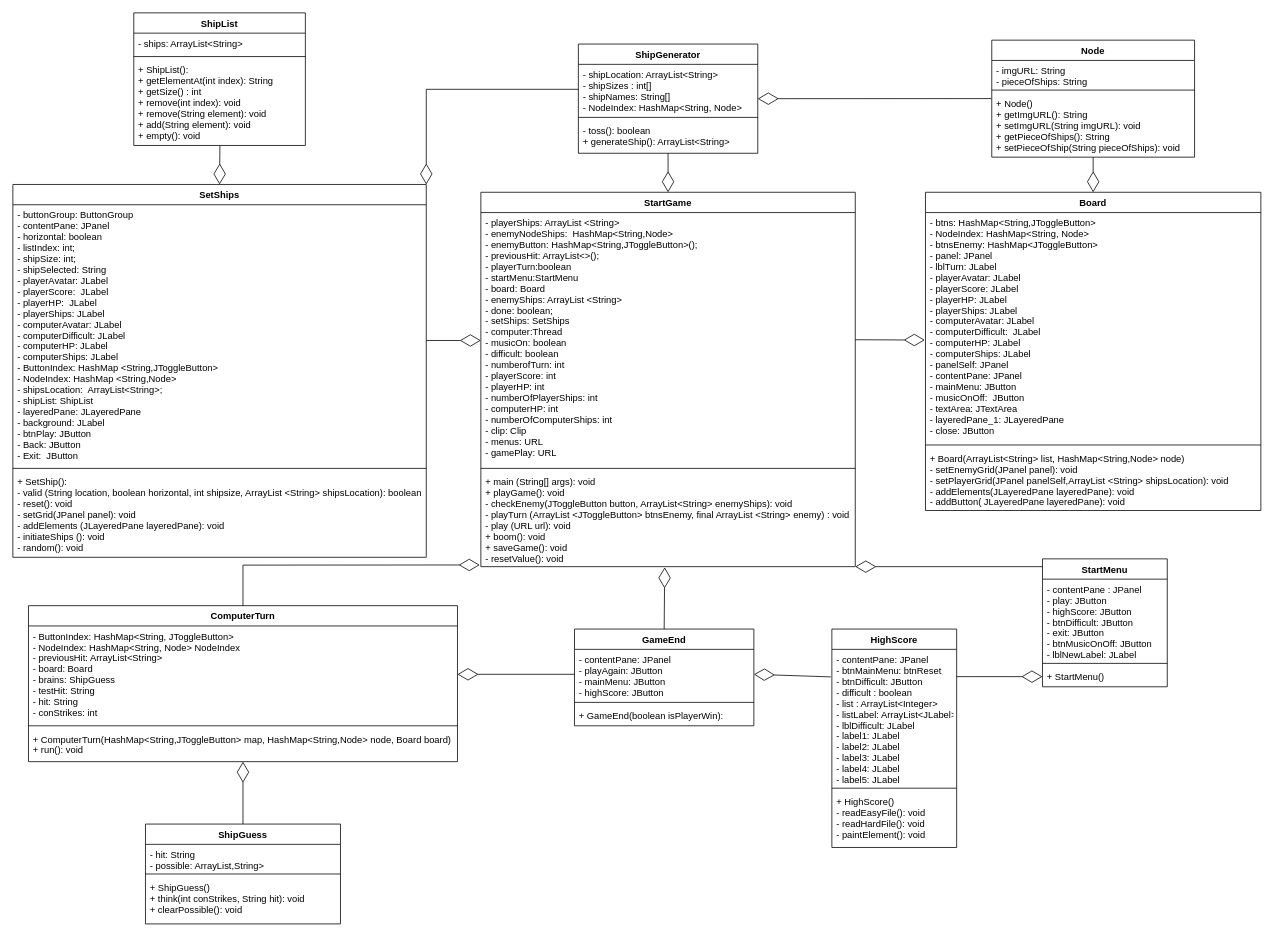
Before: page "UML" (1 of 6) of Untitled Diagram.drawio in huytruengusi/Battleship-OOP, a draw.io diagram. Source tidied: cells renumbered, new cells numbered last; positions are measured from the earlier drawing's top-left corner, leaving out a move shared by most shapes. Both pictures are drawn from the tidied source at 78%, with x=0, y=0 at pixel (12, 12).
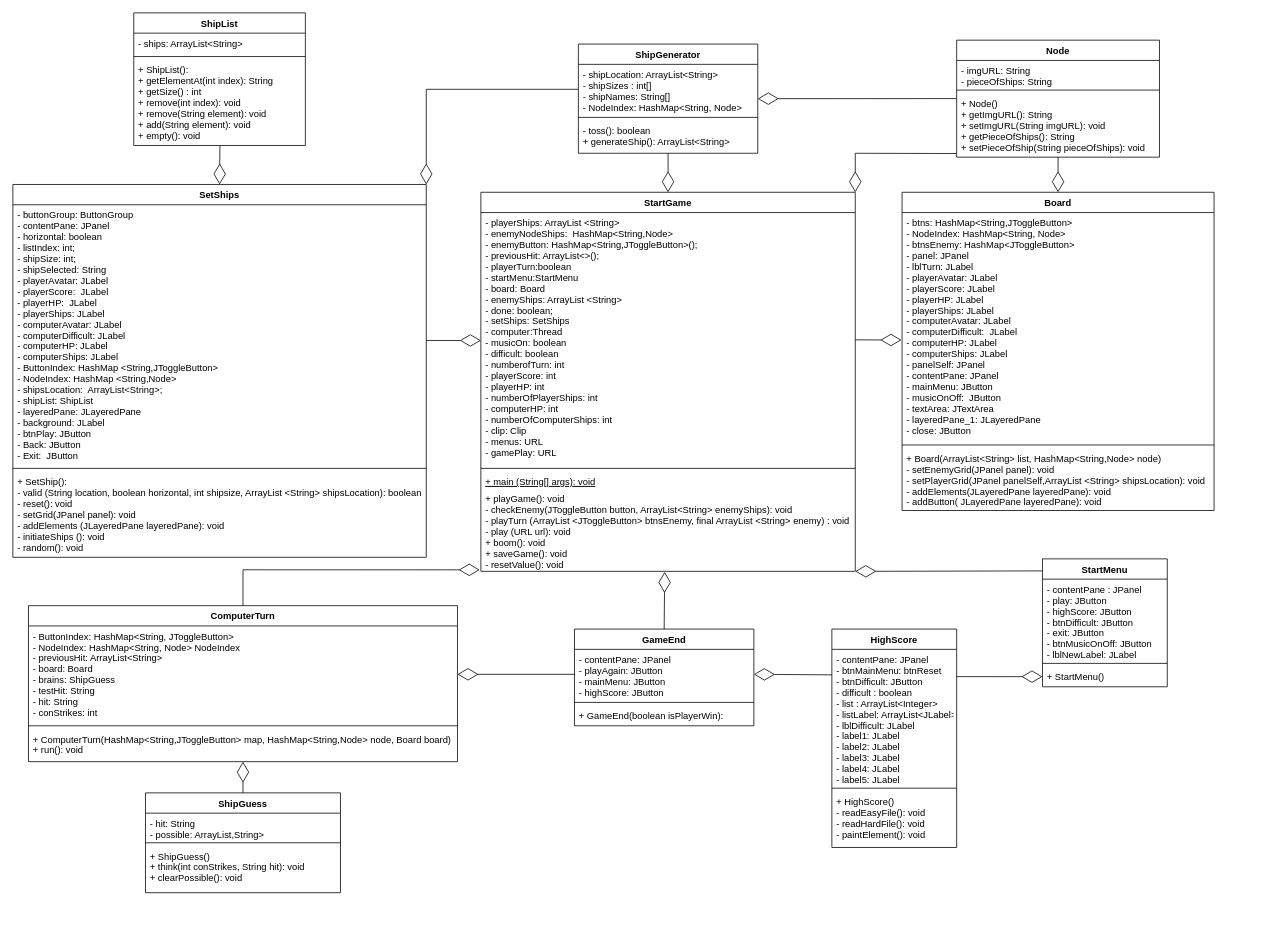
Above is the later version.

Unchanged cells that the change refers to:
```xml
<mxCell id="6" value="StartMenu" style="swimlane;fontStyle=1;align=center;verticalAlign=top;horizontal=1;startSize=26;" parent="1" vertex="1">
  <mxGeometry x="1320" y="700" width="160" height="164" as="geometry" />
</mxCell>
<mxCell id="13" value="- contentPane: JPanel&#10;- btnMainMenu: btnReset&#10;- btnDifficult: JButton&#10;- difficult : boolean&#10;- list : ArrayList&lt;Integer&gt;&#10;- listLabel: ArrayList&lt;JLabel&gt;&#10;- lblDifficult: JLabel&#10;- label1: JLabel&#10;- label2: JLabel&#10;- label3: JLabel&#10;- label4: JLabel&#10;- label5: JLabel" style="text;strokeColor=none;fillColor=none;align=left;verticalAlign=top;spacingLeft=4;spacingRight=4;overflow=hidden;points=[[0,0.5],[1,0.5]];portConstraint=eastwest;" parent="12" vertex="1">
  <mxGeometry y="26" width="160" height="174" as="geometry" />
</mxCell>
<mxCell id="31" value="+ Node()&#10;+ getImgURL(): String&#10;+ setImgURL(String imgURL): void&#10;+ getPieceOfShips(): String&#10;+ setPieceOfShip(String pieceOfShips): void" style="text;strokeColor=none;fillColor=none;align=left;verticalAlign=top;spacingLeft=4;spacingRight=4;overflow=hidden;points=[[0,0.5],[1,0.5]];portConstraint=eastwest;" parent="28" vertex="1">
  <mxGeometry y="68" width="260" height="82" as="geometry" />
</mxCell>
<mxCell id="33" value="- contentPane: JPanel&#10;- playAgain: JButton&#10;- mainMenu: JButton&#10;- highScore: JButton" style="text;strokeColor=none;fillColor=none;align=left;verticalAlign=top;spacingLeft=4;spacingRight=4;overflow=hidden;points=[[0,0.5],[1,0.5]];portConstraint=eastwest;" parent="32" vertex="1">
  <mxGeometry y="26" width="230" height="64" as="geometry" />
</mxCell>
<mxCell id="36" value="ComputerTurn" style="swimlane;fontStyle=1;align=center;verticalAlign=top;horizontal=1;startSize=26;" parent="1" vertex="1">
  <mxGeometry x="20" y="760" width="550" height="200" as="geometry" />
</mxCell>
```

The edit, as a diff of the source:
```diff
@@
     <mxCell id="2" value="StartGame" style="swimlane;fontStyle=1;align=center;verticalAlign=top;horizontal=1;startSize=26;" parent="1" vertex="1">
-      <mxGeometry x="600" y="230" width="480" height="480" as="geometry" />
+      <mxGeometry x="600" y="230" width="480" height="486" as="geometry" />
     </mxCell>
@@
+    <mxCell id="60" value="+ main (String[] args): void" style="text;strokeColor=none;fillColor=none;align=left;verticalAlign=top;spacingLeft=4;spacingRight=4;overflow=hidden;fontStyle=4;" parent="2" vertex="1">
+      <mxGeometry y="358" width="480" height="22" as="geometry" />
+    </mxCell>
-    <mxCell id="5" value="+ main (String[] args): void&#10;+ playGame(): void&#10;- checkEnemy(JToggleButton button, ArrayList&lt;String&gt; enemyShips): void&#10;- playTurn (ArrayList &lt;JToggleButton&gt; btnsEnemy, final ArrayList &lt;String&gt; enemy) : void&#10;- play (URL url): void&#10;+ boom(): void&#10;+ saveGame(): void&#10;- resetValue(): void&#10;" style="text;strokeColor=none;fillColor=none;align=left;verticalAlign=top;spacingLeft=4;spacingRight=4;overflow=hidden;points=[[0,0.5],[1,0.5]];portConstraint=eastwest;" parent="2" vertex="1">
-      <mxGeometry y="358" width="480" height="122" as="geometry" />
+    <mxCell id="5" value="+ playGame(): void&#10;- checkEnemy(JToggleButton button, ArrayList&lt;String&gt; enemyShips): void&#10;- playTurn (ArrayList &lt;JToggleButton&gt; btnsEnemy, final ArrayList &lt;String&gt; enemy) : void&#10;- play (URL url): void&#10;+ boom(): void&#10;+ saveGame(): void&#10;- resetValue(): void&#10;" style="text;strokeColor=none;fillColor=none;align=left;verticalAlign=top;spacingLeft=4;spacingRight=4;overflow=hidden;points=[[0,0.5],[1,0.5]];portConstraint=eastwest;" parent="2" vertex="1">
+      <mxGeometry y="380" width="480" height="106" as="geometry" />
     </mxCell>
@@
-    <mxCell id="10" style="endArrow=diamondThin;endFill=0;endSize=24;html=1;rounded=0;entryX=1;entryY=1;entryDx=0;entryDy=0;entryPerimeter=0;" parent="1" edge="1" target="5">
-      <mxGeometry relative="1" as="geometry">
-        <mxPoint x="1320" y="710" as="sourcePoint" />
-      </mxGeometry>
+    <mxCell id="10" style="endArrow=diamondThin;endFill=0;endSize=24;html=1;rounded=0;entryX=1;entryY=1;entryDx=0;entryDy=0;entryPerimeter=0;exitX=-0.002;exitY=0.094;exitDx=0;exitDy=0;exitPerimeter=0;" parent="1" edge="1" source="6" target="5">
+      <mxGeometry relative="1" as="geometry" />
     </mxCell>
@@
     <mxCell id="20" value="ShipGuess" style="swimlane;fontStyle=1;align=center;verticalAlign=top;horizontal=1;startSize=26;" parent="1" vertex="1">
-      <mxGeometry x="170" y="1040" width="250" height="128" as="geometry" />
+      <mxGeometry x="170" y="1000" width="250" height="128" as="geometry" />
     </mxCell>
@@
     <mxCell id="28" value="Node" style="swimlane;fontStyle=1;align=center;verticalAlign=top;horizontal=1;startSize=26;" parent="1" vertex="1">
-      <mxGeometry x="1255" y="35" width="260" height="150" as="geometry" />
+      <mxGeometry x="1210" y="35" width="260" height="150" as="geometry" />
     </mxCell>
@@
     <mxCell id="40" value="Board" style="swimlane;fontStyle=1;align=center;verticalAlign=top;horizontal=1;startSize=26;" parent="1" vertex="1">
-      <mxGeometry x="1170" y="230" width="430" height="408" as="geometry" />
+      <mxGeometry x="1140" y="230" width="400" height="408" as="geometry" />
     </mxCell>
     <mxCell id="41" value="- btns: HashMap&lt;String,JToggleButton&gt;&#10;- NodeIndex: HashMap&lt;String, Node&gt;&#10;- btnsEnemy: HashMap&lt;JToggleButton&gt;&#10;- panel: JPanel&#10;- lblTurn: JLabel&#10;- playerAvatar: JLabel&#10;- playerScore: JLabel&#10;- playerHP: JLabel&#10;- playerShips: JLabel&#10;- computerAvatar: JLabel&#10;- computerDifficult:  JLabel&#10;- computerHP: JLabel&#10;- computerShips: JLabel&#10;- panelSelf: JPanel&#10;- contentPane: JPanel&#10;- mainMenu: JButton&#10;- musicOnOff:  JButton&#10;- textArea: JTextArea&#10;- layeredPane_1: JLayeredPane&#10;- close: JButton&#10;" style="text;strokeColor=none;fillColor=none;align=left;verticalAlign=top;spacingLeft=4;spacingRight=4;overflow=hidden;points=[[0,0.5],[1,0.5]];portConstraint=eastwest;" parent="40" vertex="1">
-      <mxGeometry y="26" width="430" height="294" as="geometry" />
+      <mxGeometry y="26" width="400" height="294" as="geometry" />
     </mxCell>
     <mxCell id="42" style="line;strokeWidth=1;fillColor=none;align=left;verticalAlign=middle;spacingTop=-1;spacingLeft=3;spacingRight=3;labelPosition=right;" parent="40" vertex="1">
-      <mxGeometry y="320" width="430" height="8" as="geometry" />
+      <mxGeometry y="320" width="400" height="8" as="geometry" />
     </mxCell>
     <mxCell id="43" value="+ Board(ArrayList&lt;String&gt; list, HashMap&lt;String,Node&gt; node)&#10;- setEnemyGrid(JPanel panel): void&#10;- setPlayerGrid(JPanel panelSelf,ArrayList &lt;String&gt; shipsLocation): void&#10;- addElements(JLayeredPane layeredPane): void&#10;- addButton( JLayeredPane layeredPane): void" style="text;strokeColor=none;fillColor=none;align=left;verticalAlign=top;spacingLeft=4;spacingRight=4;overflow=hidden;" parent="40" vertex="1">
-      <mxGeometry y="328" width="430" height="80" as="geometry" />
+      <mxGeometry y="328" width="400" height="80" as="geometry" />
     </mxCell>
@@
     <mxCell id="51" style="endArrow=diamondThin;endFill=0;endSize=24;html=1;rounded=0;exitX=0.5;exitY=0;exitDx=0;exitDy=0;entryX=-0.003;entryY=0.982;entryDx=0;entryDy=0;entryPerimeter=0;" parent="1" edge="1" source="36" target="5">
       <mxGeometry relative="1" as="geometry">
         <Array as="points">
-          <mxPoint x="295" y="708" />
+          <mxPoint x="295" y="714" />
         </Array>
       </mxGeometry>
     </mxCell>
-    <mxCell id="52" style="endArrow=diamondThin;endFill=0;endSize=24;html=1;rounded=0;entryX=1;entryY=0.5;entryDx=0;entryDy=0;exitX=-0.008;exitY=0.203;exitDx=0;exitDy=0;exitPerimeter=0;" parent="1" edge="1" source="13" target="33">
+    <mxCell id="52" style="endArrow=diamondThin;endFill=0;endSize=24;html=1;rounded=0;entryX=1;entryY=0.5;entryDx=0;entryDy=0;exitX=0.001;exitY=0.188;exitDx=0;exitDy=0;exitPerimeter=0;" parent="1" edge="1" source="13" target="33">
       <mxGeometry relative="1" as="geometry" />
     </mxCell>
@@
+    <mxCell id="61" style="endArrow=diamondThin;endFill=0;endSize=24;html=1;rounded=0;exitX=-0.002;exitY=0.943;exitDx=0;exitDy=0;entryX=1;entryY=0;entryDx=0;entryDy=0;exitPerimeter=0;" parent="1" edge="1" source="31" target="2">
+      <mxGeometry relative="1" as="geometry">
+        <Array as="points">
+          <mxPoint x="1080" y="180" />
+        </Array>
+      </mxGeometry>
+    </mxCell>
```
